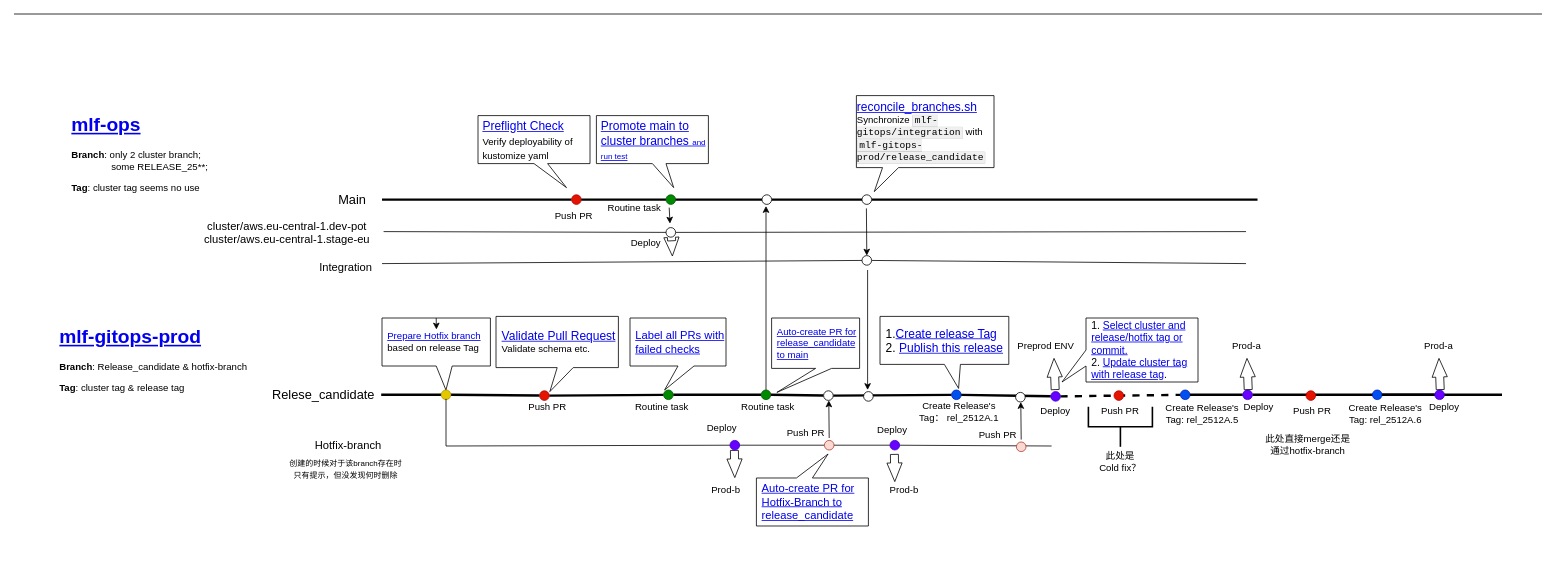
This is Drawio/AI Core release process.drawio from polark-bit/StudyGit, a draw.io file, before an edit. Source tidied: cells renumbered, new cells numbered last; positions are measured from the earlier drawing's top-left corner, leaving out a move shared by most shapes. Both pictures are drawn from the tidied source at 80%, with x=0, y=0 at pixel (14, 14).
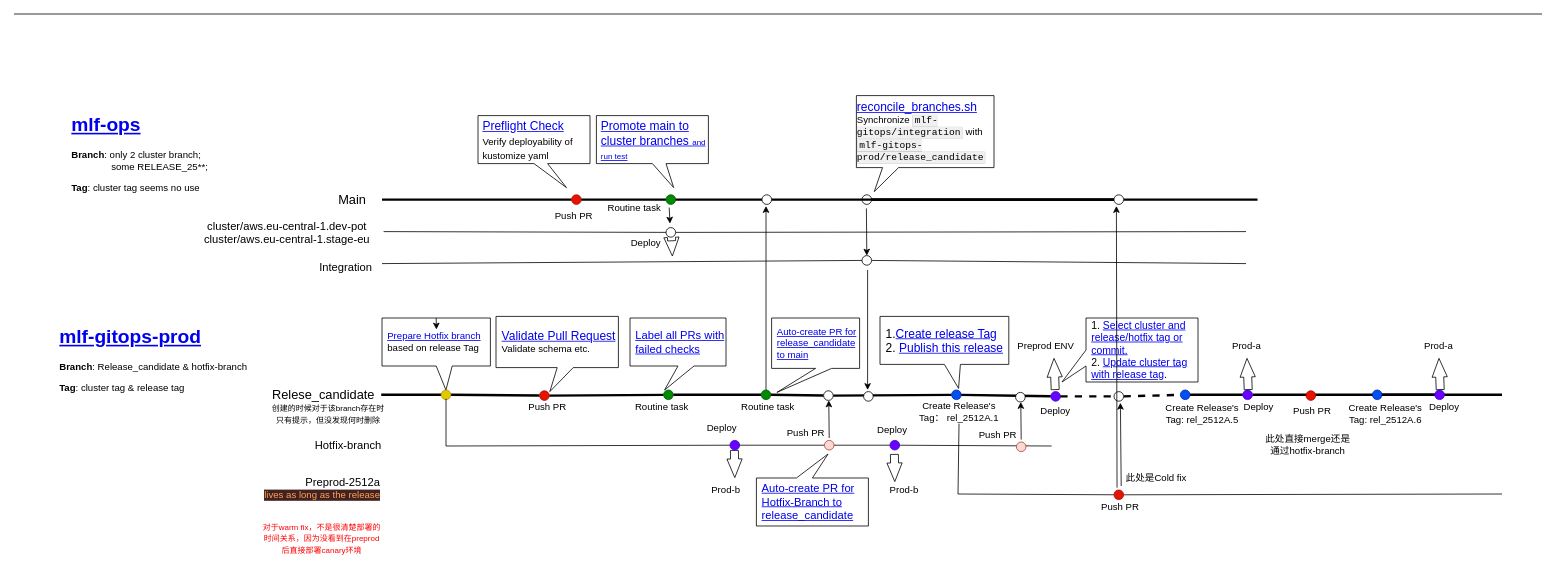
The same diagram, later.

Unchanged cells that the change refers to:
```xml
<mxCell id="25" style="ellipse;whiteSpace=wrap;html=1;" parent="1" vertex="1">
  <mxGeometry x="1060" y="226" width="12" height="12" as="geometry" />
</mxCell>
<mxCell id="32" style="ellipse;whiteSpace=wrap;html=1;" parent="1" vertex="1">
  <mxGeometry x="935" y="226" width="12" height="12" as="geometry" />
</mxCell>
<mxCell id="54" value="Create Release's Tag： rel_2512A.1" style="text;html=1;whiteSpace=wrap;strokeColor=none;fillColor=none;align=center;verticalAlign=middle;rounded=0;" parent="1" vertex="1">
  <mxGeometry x="1123" y="482" width="117" height="30" as="geometry" />
</mxCell>
<mxCell id="57" style="ellipse;whiteSpace=wrap;html=1;fillColor=#0050ef;fontColor=#ffffff;strokeColor=#001DBC;" parent="1" vertex="1">
  <mxGeometry x="1458" y="470" width="12" height="12" as="geometry" />
</mxCell>
<mxCell id="62" style="ellipse;whiteSpace=wrap;html=1;fillColor=#6a00ff;fontColor=#ffffff;strokeColor=#3700CC;" parent="1" vertex="1">
  <mxGeometry x="1296" y="472" width="12" height="12" as="geometry" />
</mxCell>
```

What changed in the source:
```diff
@@
-    <mxCell id="3" style="endArrow=none;html=1;rounded=0;strokeWidth=3;" parent="1" edge="1" source="25">
+    <mxCell id="3" style="endArrow=none;html=1;rounded=0;strokeWidth=3;" parent="1" edge="1" source="122">
       <mxGeometry relative="1" as="geometry">
         <mxPoint x="1554.4" y="232" as="targetPoint" />
       </mxGeometry>
     </mxCell>
@@
-    <mxCell id="24" style="endArrow=none;html=1;rounded=0;strokeWidth=3;" parent="1" edge="1" source="32" target="25">
+    <mxCell id="24" style="endArrow=none;html=1;rounded=0;strokeWidth=3;" parent="1" edge="1" source="122" target="25">
       <mxGeometry relative="1" as="geometry" />
     </mxCell>
@@
-    <mxCell id="56" style="endArrow=none;html=1;rounded=0;fontSize=12;strokeWidth=3;dashed=1;" parent="1" edge="1" source="62" target="57">
+    <mxCell id="56" style="endArrow=none;html=1;rounded=0;fontSize=12;strokeWidth=3;dashed=1;" parent="1" edge="1" source="115" target="57">
       <mxGeometry relative="1" as="geometry" />
     </mxCell>
@@
-    <mxCell id="58" style="ellipse;whiteSpace=wrap;html=1;fillColor=#e51400;fontColor=#ffffff;strokeColor=#B20000;" parent="1" vertex="1">
-      <mxGeometry x="1375" y="471" width="12" height="12" as="geometry" />
-    </mxCell>
     <mxCell id="59" value="Push PR" style="text;html=1;whiteSpace=wrap;strokeColor=none;fillColor=none;align=center;verticalAlign=middle;rounded=0;" parent="1" vertex="1">
-      <mxGeometry x="1352.5" y="482" width="60" height="30" as="geometry" />
+      <mxGeometry x="1353" y="601" width="60" height="30" as="geometry" />
     </mxCell>
@@
     <mxCell id="104" value="&lt;font style=&quot;color: light-dark(rgb(0, 0, 0), rgb(255, 0, 0));&quot;&gt;&lt;font style=&quot;font-size: 10px;&quot;&gt;创建的时候对于该branch存在时只有提示，但&lt;/font&gt;&lt;span style=&quot;font-size: 10px;&quot;&gt;没发现何时删除&lt;/span&gt;&lt;/font&gt;" style="text;html=1;whiteSpace=wrap;strokeColor=none;fillColor=none;align=center;verticalAlign=middle;rounded=0;fontFamily=Helvetica;fontSize=12;fontColor=default;" parent="1" vertex="1">
-      <mxGeometry x="340" y="554" width="150" height="30" as="geometry" />
+      <mxGeometry x="318" y="485" width="150" height="30" as="geometry" />
     </mxCell>
@@
-    <mxCell id="107" style="strokeWidth=2;html=1;shape=mxgraph.flowchart.annotation_2;align=left;labelPosition=right;strokeColor=default;verticalAlign=middle;fontFamily=Helvetica;fontSize=12;fontColor=default;fillColor=default;rotation=-90;" parent="1" vertex="1">
-      <mxGeometry x="1358" y="476" width="50" height="80" as="geometry" />
-    </mxCell>
-    <mxCell id="108" value="&lt;font style=&quot;color: light-dark(rgb(0, 0, 0), rgb(255, 0, 0));&quot;&gt;此处是Cold fix？&lt;/font&gt;" style="text;html=1;whiteSpace=wrap;strokeColor=none;fillColor=none;align=center;verticalAlign=middle;rounded=0;fontFamily=Helvetica;fontSize=12;fontColor=default;" parent="1" vertex="1">
-      <mxGeometry x="1353" y="545" width="60" height="30" as="geometry" />
+    <mxCell id="108" value="&lt;font style=&quot;color: light-dark(rgb(0, 0, 0), rgb(255, 0, 0));&quot;&gt;此处是Cold fix&lt;/font&gt;" style="text;html=1;whiteSpace=wrap;strokeColor=none;fillColor=none;align=center;verticalAlign=middle;rounded=0;fontFamily=Helvetica;fontSize=12;fontColor=default;" parent="1" vertex="1">
+      <mxGeometry x="1368" y="565" width="120" height="30" as="geometry" />
     </mxCell>
@@
+    <mxCell id="110" style="endArrow=none;html=1;rounded=0;fontFamily=Helvetica;fontSize=12;fontColor=default;" parent="1" edge="1" source="113">
+      <mxGeometry relative="1" as="geometry">
+        <mxPoint x="1860" y="600" as="targetPoint" />
+      </mxGeometry>
+    </mxCell>
+    <mxCell id="111" value="&lt;font style=&quot;font-size: 14px;&quot;&gt;Preprod-2512a&lt;/font&gt;&lt;div&gt;&lt;font&gt;&lt;span style=&quot;color: rgb(254, 161, 94); font-family: &amp;quot;72 Brand&amp;quot;, &amp;quot;72Brand&amp;quot;, Arial, sans-serif; background-color: rgb(66, 34, 31);&quot;&gt;lives as long as the release&lt;/span&gt;&lt;/font&gt;&lt;/div&gt;" style="text;html=1;whiteSpace=wrap;strokeColor=none;fillColor=none;align=right;verticalAlign=middle;rounded=0;" parent="1" vertex="1">
+      <mxGeometry x="310" y="575" width="150" height="35" as="geometry" />
+    </mxCell>
+    <mxCell id="112" style="endArrow=none;html=1;rounded=0;fontFamily=Helvetica;fontSize=12;fontColor=default;" parent="1" edge="1" target="113">
+      <mxGeometry relative="1" as="geometry">
+        <mxPoint x="1180" y="600" as="sourcePoint" />
+      </mxGeometry>
+    </mxCell>
+    <mxCell id="113" style="ellipse;whiteSpace=wrap;html=1;fillColor=#e51400;fontColor=#ffffff;strokeColor=#B20000;" parent="1" vertex="1">
+      <mxGeometry x="1375" y="595" width="12" height="12" as="geometry" />
+    </mxCell>
+    <mxCell id="114" style="endArrow=none;html=1;rounded=0;fontSize=12;strokeWidth=3;dashed=1;" parent="1" edge="1" source="62" target="115">
+      <mxGeometry relative="1" as="geometry" />
+    </mxCell>
+    <mxCell id="115" style="ellipse;whiteSpace=wrap;html=1;" parent="1" vertex="1">
+      <mxGeometry x="1375" y="472" width="12" height="12" as="geometry" />
+    </mxCell>
+    <mxCell id="116" style="endArrow=classic;html=1;rounded=0;" parent="1" edge="1">
+      <mxGeometry relative="1" as="geometry">
+        <mxPoint x="1384" y="590" as="sourcePoint" />
+        <mxPoint x="1383" y="486" as="targetPoint" />
+      </mxGeometry>
+    </mxCell>
+    <mxCell id="117" style="endArrow=none;html=1;rounded=0;fontFamily=Helvetica;fontSize=12;fontColor=default;" parent="1" edge="1" target="54">
+      <mxGeometry relative="1" as="geometry">
+        <mxPoint x="1180" y="600" as="sourcePoint" />
+      </mxGeometry>
+    </mxCell>
+    <mxCell id="118" value="&lt;font style=&quot;color: light-dark(rgb(255, 0, 0), rgb(255, 0, 0));&quot;&gt;&lt;span style=&quot;font-size: 10px;&quot;&gt;对于warm fix，不是很清楚部署的时间关系，因为没看到在preprod后直接部署canary环境&lt;/span&gt;&lt;/font&gt;" style="text;html=1;whiteSpace=wrap;strokeColor=none;fillColor=none;align=center;verticalAlign=middle;rounded=0;fontFamily=Helvetica;fontSize=12;fontColor=default;" parent="1" vertex="1">
+      <mxGeometry x="310" y="640" width="150" height="30" as="geometry" />
+    </mxCell>
+    <mxCell id="119" style="endArrow=classic;html=1;rounded=0;exitX=0.065;exitY=0.9;exitDx=0;exitDy=0;exitPerimeter=0;" parent="1" edge="1">
+      <mxGeometry relative="1" as="geometry">
+        <mxPoint x="1378.8" y="592" as="sourcePoint" />
+        <mxPoint x="1378" y="240" as="targetPoint" />
+      </mxGeometry>
+    </mxCell>
+    <mxCell id="120" style="endArrow=none;html=1;rounded=0;strokeWidth=3;" parent="1" edge="1" source="32" target="122">
+      <mxGeometry relative="1" as="geometry" />
+    </mxCell>
+    <mxCell id="121" style="endArrow=none;html=1;rounded=0;strokeWidth=3;" parent="1" edge="1" source="25" target="122">
+      <mxGeometry relative="1" as="geometry" />
+    </mxCell>
+    <mxCell id="122" style="ellipse;whiteSpace=wrap;html=1;" parent="1" vertex="1">
+      <mxGeometry x="1375" y="226" width="12" height="12" as="geometry" />
+    </mxCell>
```
